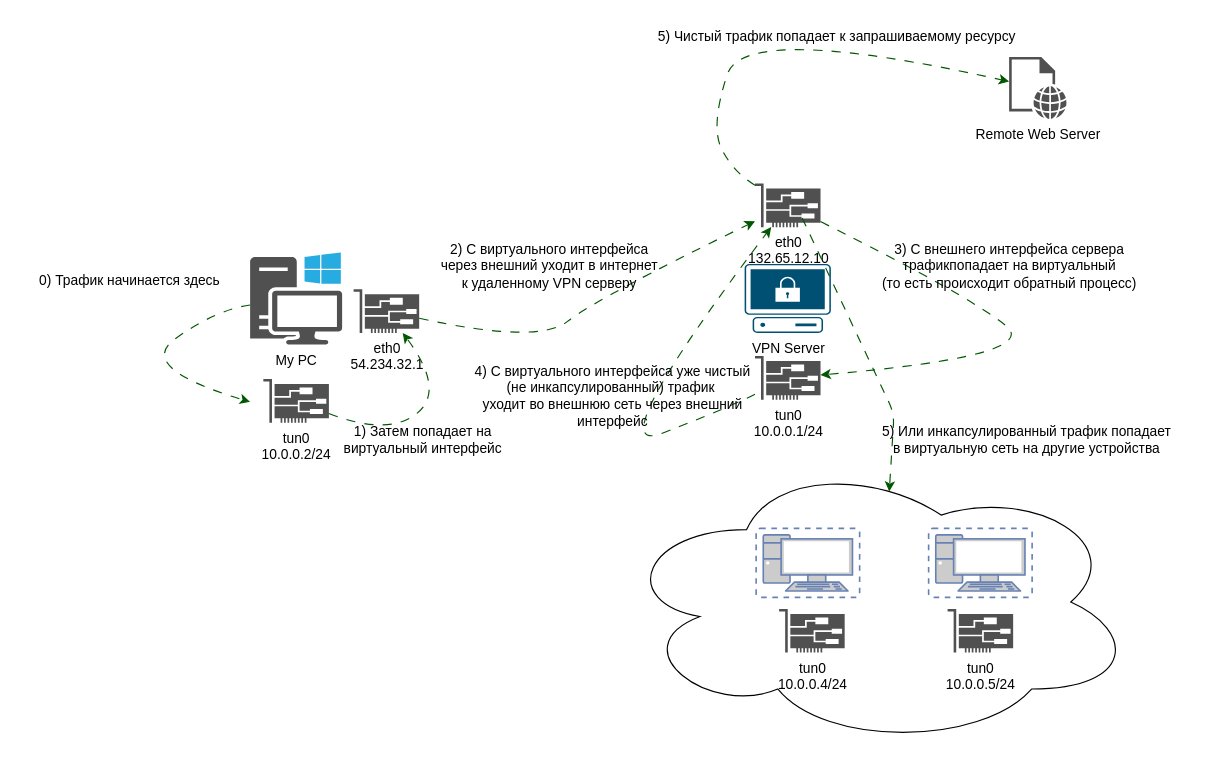
Before: VPN.drawio in dimerz-tech/draw.io, a draw.io diagram. Source tidied: cells renumbered, new cells numbered last; positions are measured from the earlier drawing's top-left corner, leaving out a move shared by most shapes. Both pictures are drawn from the tidied source at 115%, with x=0, y=0 at pixel (20, 20).
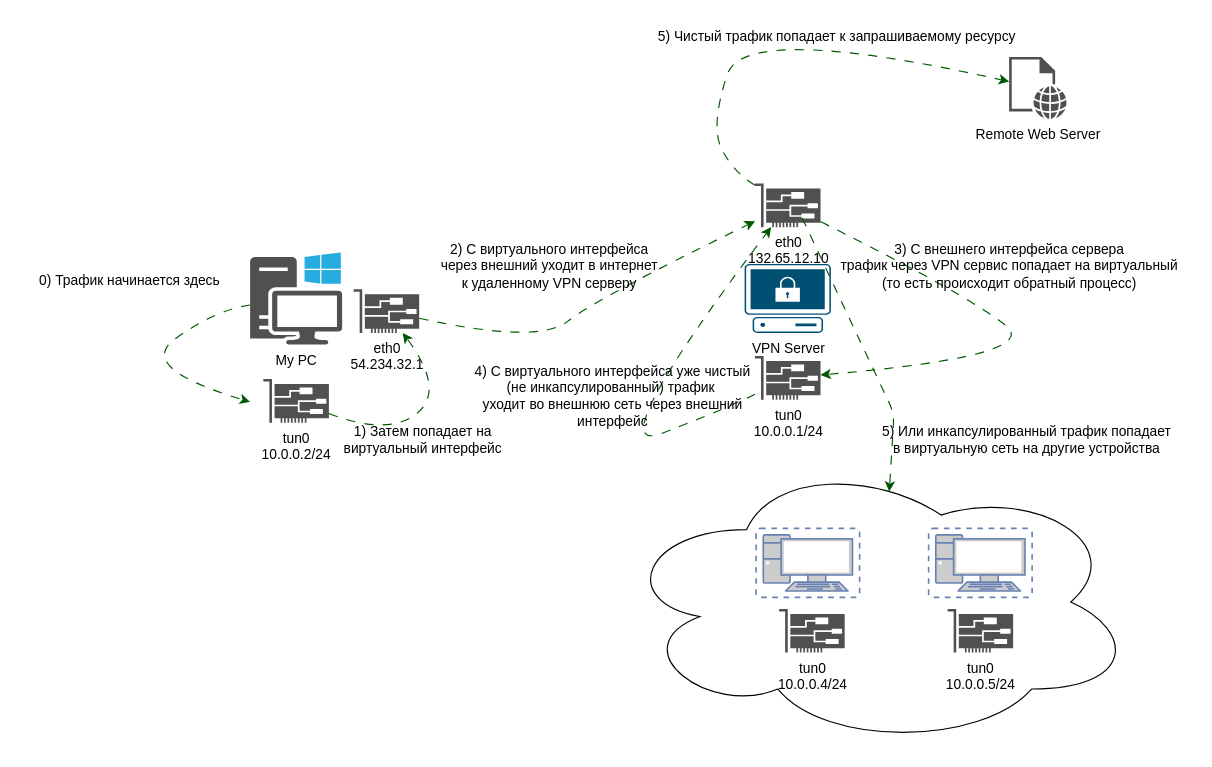
The same page after the edit.

The edit, as a diff of the source:
```diff
@@
-    <mxCell id="20" value="3) С внешнего интерфейса сервера &lt;br&gt;трафикпопадает на виртуальный &lt;br&gt;(то есть происходит обратный процесс)" style="text;html=1;align=center;verticalAlign=middle;strokeColor=none;fillColor=none;" parent="1" vertex="1">
-      <mxGeometry x="735" y="184" width="250" height="60" as="geometry" />
+    <mxCell id="20" value="3) С внешнего интерфейса сервера &lt;br&gt;трафик через VPN сервис попадает на виртуальный &lt;br&gt;(то есть происходит обратный процесс)" style="text;html=1;align=center;verticalAlign=middle;strokeColor=none;fillColor=none;" parent="1" vertex="1">
+      <mxGeometry x="700" y="184" width="320" height="60" as="geometry" />
     </mxCell>
```
